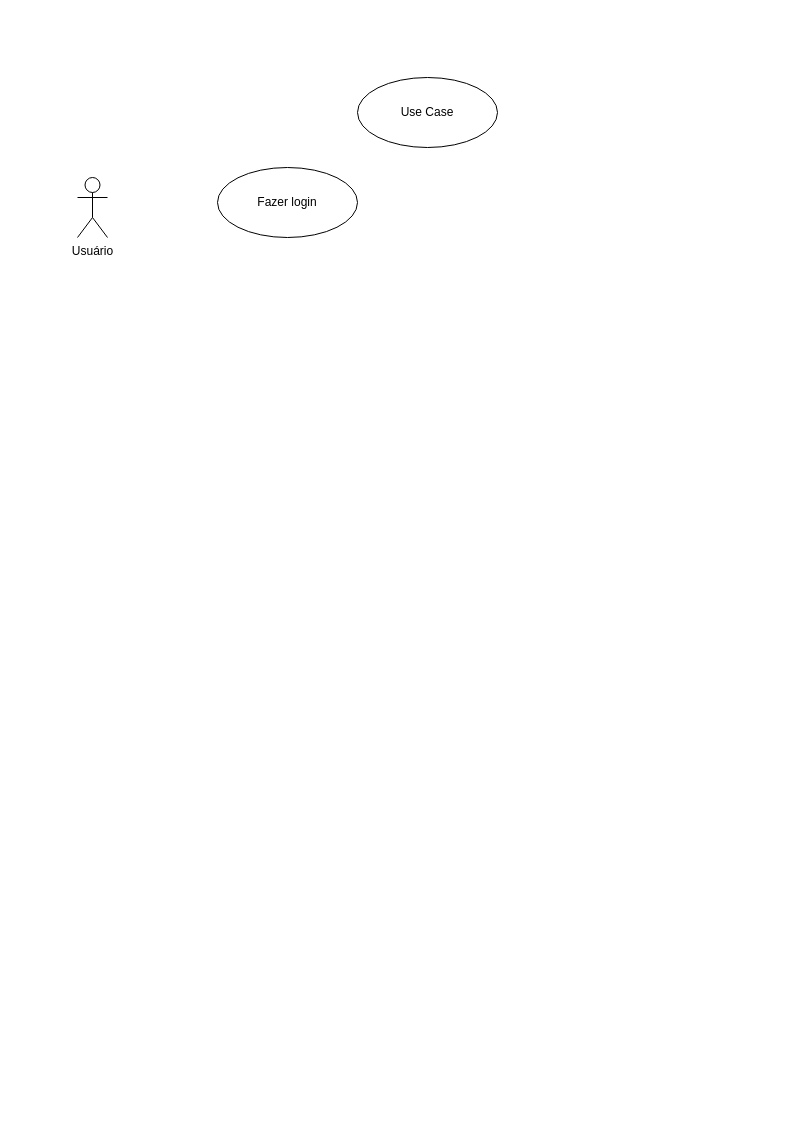
Earlier version of the draw.io diagram page "Diagrama de Casos de Uso" (3 of 5) of Documentação/diagramas.drawio (DHDC-21/Project-Lumos). Source tidied: cells renumbered, new cells numbered last; positions are measured from the earlier drawing's top-left corner, leaving out a move shared by most shapes. Both pictures are drawn from the tidied source at 100%, with x=0, y=0 at pixel (77, 77).
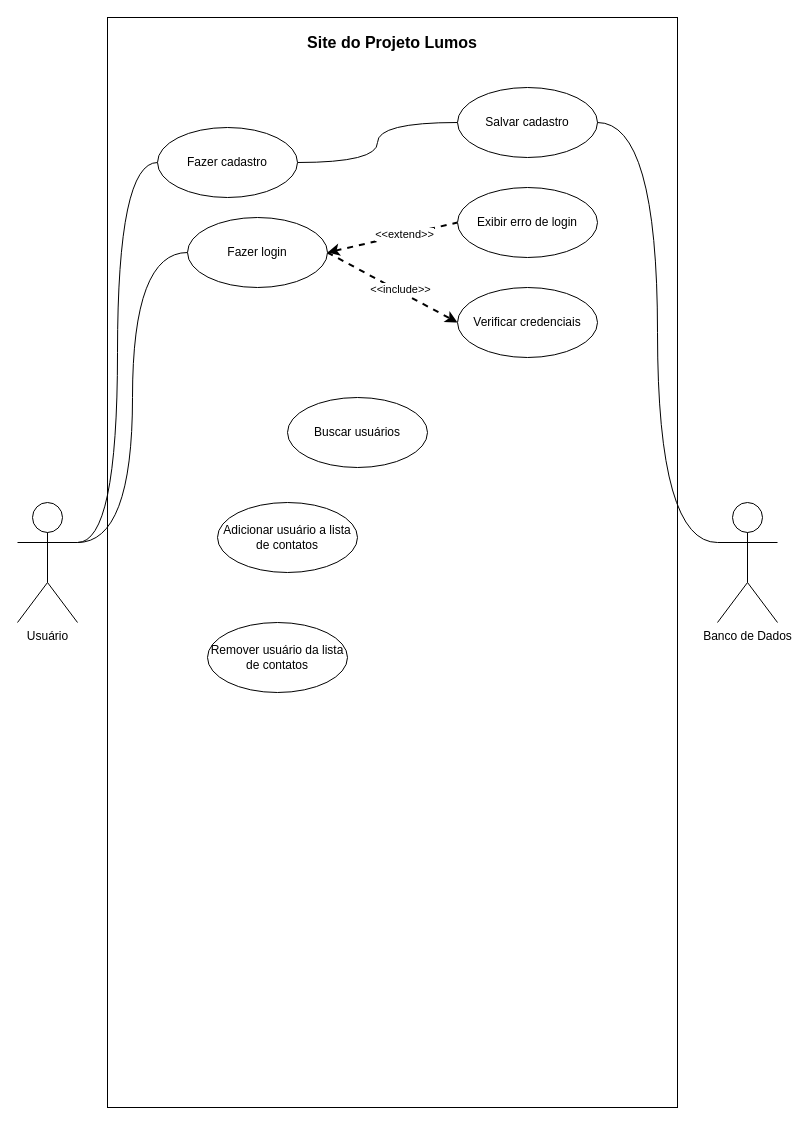
Above is the later version.

Diff of the diagram source:
```diff
@@
+    <mxCell id="5" value="&lt;h1 style=&quot;font-size: 16px;&quot;&gt;Site do Projeto Lumos&lt;/h1&gt;" style="rounded=0;whiteSpace=wrap;html=1;verticalAlign=top;spacing=0;fontSize=16;" parent="1" vertex="1">
+      <mxGeometry x="30" y="-60" width="570" height="1090" as="geometry" />
+    </mxCell>
+    <mxCell id="6" style="edgeStyle=orthogonalEdgeStyle;rounded=0;jettySize=auto;html=1;exitX=1;exitY=0.3333333333333333;exitDx=0;exitDy=0;exitPerimeter=0;entryX=0;entryY=0.5;entryDx=0;entryDy=0;fontColor=#A680B8;curved=1;endArrow=none;endFill=0;" parent="1" edge="1" source="2" target="4">
+      <mxGeometry relative="1" as="geometry" />
+    </mxCell>
+    <mxCell id="7" style="edgeStyle=orthogonalEdgeStyle;rounded=0;jettySize=auto;html=1;exitX=1;exitY=0.3333333333333333;exitDx=0;exitDy=0;exitPerimeter=0;entryX=0;entryY=0.5;entryDx=0;entryDy=0;endArrow=none;endFill=0;curved=1;" parent="1" edge="1" source="2" target="3">
+      <mxGeometry relative="1" as="geometry" />
+    </mxCell>
     <mxCell id="2" value="Usuário" style="shape=umlActor;verticalLabelPosition=bottom;verticalAlign=top;html=1;" parent="1" vertex="1">
-      <mxGeometry y="100" width="30" height="60" as="geometry" />
+      <mxGeometry x="-60" y="425" width="60" height="120" as="geometry" />
     </mxCell>
+    <mxCell id="8" style="rounded=0;jettySize=auto;html=1;exitX=1;exitY=0.5;exitDx=0;exitDy=0;entryX=0;entryY=0.5;entryDx=0;entryDy=0;endArrow=none;endFill=0;startArrow=classic;startFill=1;dashed=1;strokeWidth=2;" parent="1" edge="1" source="3" target="16">
+      <mxGeometry relative="1" as="geometry" />
+    </mxCell>
+    <mxCell id="9" value="&amp;lt;&amp;lt;extend&amp;gt;&amp;gt;" style="edgeLabel;html=1;align=center;verticalAlign=middle;" parent="8" vertex="1">
+      <mxGeometry x="0.38" y="-1" relative="1" as="geometry">
+        <mxPoint x="-13" y="1" as="offset" />
+      </mxGeometry>
+    </mxCell>
+    <mxCell id="10" style="rounded=0;jettySize=auto;html=1;exitX=1;exitY=0.5;exitDx=0;exitDy=0;entryX=0;entryY=0.5;entryDx=0;entryDy=0;strokeWidth=2;dashed=1;" parent="1" edge="1" source="3" target="17">
+      <mxGeometry relative="1" as="geometry" />
+    </mxCell>
+    <mxCell id="11" value="&amp;lt;&amp;lt;include&amp;gt;&amp;gt;" style="edgeLabel;html=1;align=center;verticalAlign=middle;" parent="10" vertex="1">
+      <mxGeometry x="0.1" y="2" relative="1" as="geometry" />
+    </mxCell>
     <mxCell id="3" value="Fazer login" style="ellipse;whiteSpace=wrap;html=1;" parent="1" vertex="1">
-      <mxGeometry x="140" y="90" width="140" height="70" as="geometry" />
+      <mxGeometry x="110" y="140" width="140" height="70" as="geometry" />
     </mxCell>
+    <mxCell id="12" style="edgeStyle=orthogonalEdgeStyle;rounded=0;jettySize=auto;html=1;exitX=1;exitY=0.5;exitDx=0;exitDy=0;entryX=0;entryY=0.5;entryDx=0;entryDy=0;curved=1;endArrow=none;endFill=0;" parent="1" edge="1" source="4" target="13">
+      <mxGeometry relative="1" as="geometry" />
+    </mxCell>
-    <mxCell id="4" value="Use Case" style="ellipse;whiteSpace=wrap;html=1;" parent="1" vertex="1">
-      <mxGeometry x="280" width="140" height="70" as="geometry" />
+    <mxCell id="4" value="Fazer cadastro" style="ellipse;whiteSpace=wrap;html=1;" parent="1" vertex="1">
+      <mxGeometry x="80" y="50" width="140" height="70" as="geometry" />
     </mxCell>
+    <mxCell id="13" value="Salvar cadastro" style="ellipse;whiteSpace=wrap;html=1;" parent="1" vertex="1">
+      <mxGeometry x="380" y="10" width="140" height="70" as="geometry" />
+    </mxCell>
+    <mxCell id="14" value="Banco de Dados" style="shape=umlActor;verticalLabelPosition=bottom;verticalAlign=top;html=1;" parent="1" vertex="1">
+      <mxGeometry x="640" y="425" width="60" height="120" as="geometry" />
+    </mxCell>
+    <mxCell id="15" style="edgeStyle=orthogonalEdgeStyle;rounded=0;jettySize=auto;html=1;exitX=1;exitY=0.5;exitDx=0;exitDy=0;entryX=0;entryY=0.3333333333333333;entryDx=0;entryDy=0;entryPerimeter=0;curved=1;endArrow=none;endFill=0;" parent="1" edge="1" source="13" target="14">
+      <mxGeometry relative="1" as="geometry" />
+    </mxCell>
+    <mxCell id="16" value="Exibir erro de login" style="ellipse;whiteSpace=wrap;html=1;" parent="1" vertex="1">
+      <mxGeometry x="380" y="110" width="140" height="70" as="geometry" />
+    </mxCell>
+    <mxCell id="17" value="Verificar credenciais" style="ellipse;whiteSpace=wrap;html=1;" parent="1" vertex="1">
+      <mxGeometry x="380" y="210" width="140" height="70" as="geometry" />
+    </mxCell>
+    <mxCell id="18" value="Buscar usuários" style="ellipse;whiteSpace=wrap;html=1;" parent="1" vertex="1">
+      <mxGeometry x="210" y="320" width="140" height="70" as="geometry" />
+    </mxCell>
+    <mxCell id="19" value="Adicionar usuário a lista de contatos" style="ellipse;whiteSpace=wrap;html=1;" parent="1" vertex="1">
+      <mxGeometry x="140" y="425" width="140" height="70" as="geometry" />
+    </mxCell>
+    <mxCell id="20" value="Remover usuário da lista de contatos" style="ellipse;whiteSpace=wrap;html=1;" parent="1" vertex="1">
+      <mxGeometry x="130" y="545" width="140" height="70" as="geometry" />
+    </mxCell>
```
